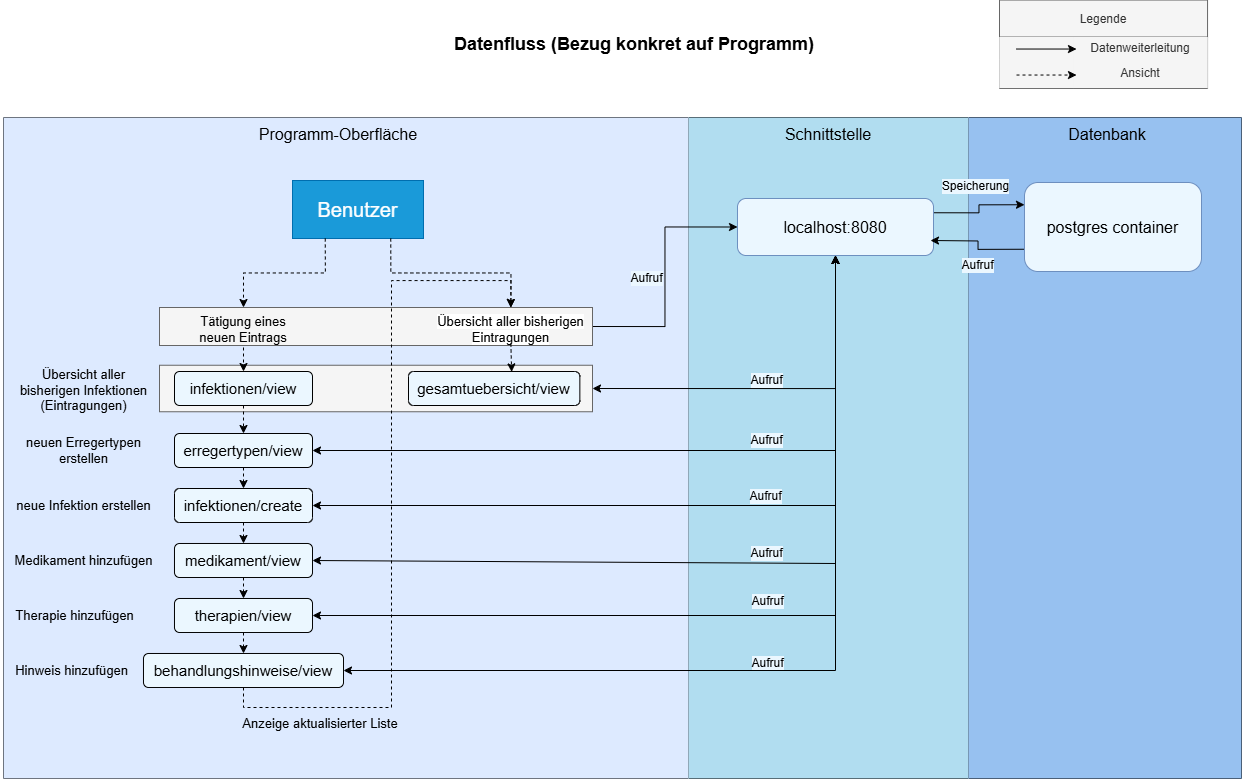
This is ABS-Manager/src/main/resources/diagrams/Datenfluss.drawio.png from igeldo/PA2_Hard, a draw.io export, as it was before one commit. Source tidied: cells renumbered, new cells last; positions are measured from the earlier drawing's top-left corner, leaving out a move shared by most shapes.
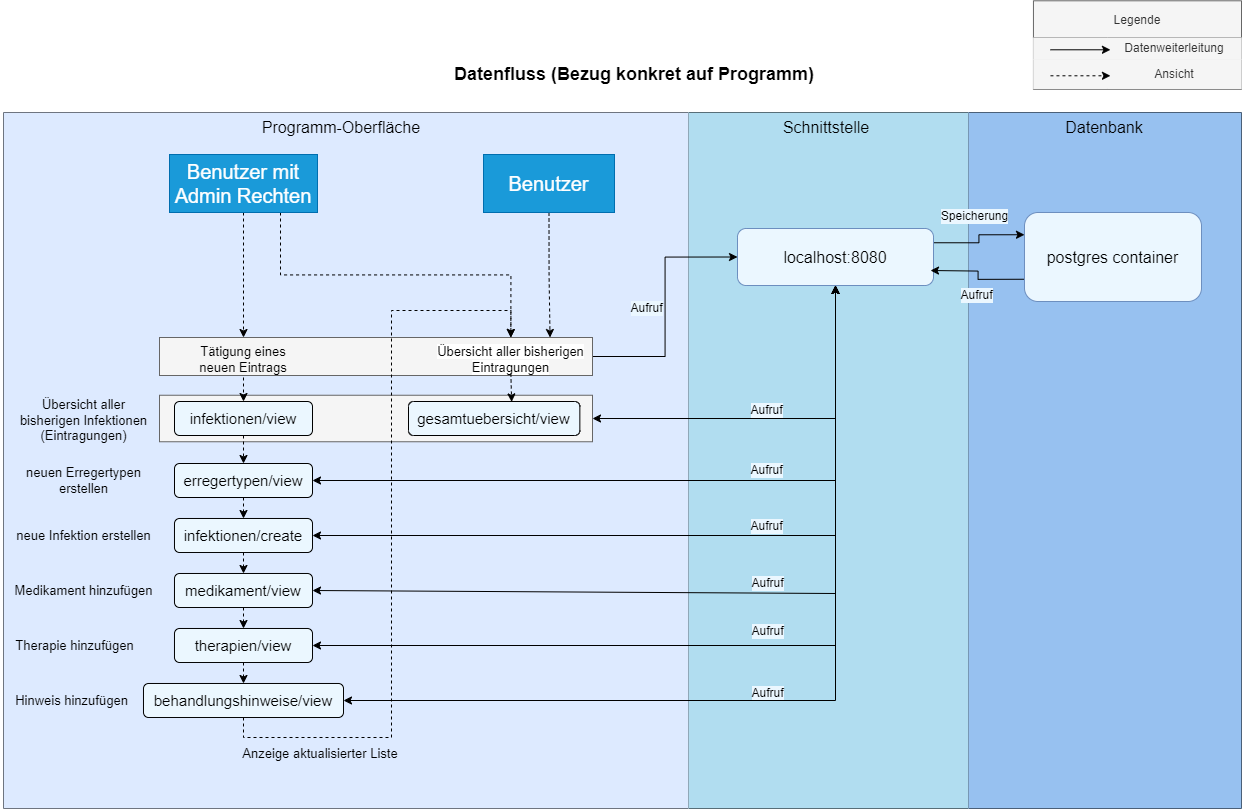
Above is the later version.

Commit message:
Datenfluss Diagramm um Admin Benutzer erweitert

The edit, as a diff of the source:
```diff
@@ -9,28 +9,34 @@
       <mxGeometry x="181" y="293" width="120" height="60" as="geometry" />
     </mxCell>
     <mxCell id="4" style="shape=table;startSize=0;fontSize=16;" parent="1" vertex="1">
-      <mxGeometry x="3" y="117" width="1238" height="661" as="geometry" />
+      <mxGeometry x="3" y="82" width="1238" height="696" as="geometry" />
     </mxCell>
     <mxCell id="5" style="shape=tableRow;horizontal=0;startSize=0;swimlaneHead=0;swimlaneBody=0;strokeColor=inherit;top=0;left=0;bottom=0;right=0;fillColor=none;fontSize=16;" parent="4" vertex="1">
-      <mxGeometry width="1238" height="661" as="geometry" />
+      <mxGeometry width="1238" height="696" as="geometry" />
     </mxCell>
     <mxCell id="6" style="shape=partialRectangle;html=1;whiteSpace=wrap;strokeColor=#10739E;overflow=hidden;fillColor=#DDEAFF;top=0;left=0;bottom=0;right=0;fontSize=16;" parent="5" vertex="1">
-      <mxGeometry width="685" height="661" as="geometry" />
+      <mxGeometry width="685" height="696" as="geometry" />
     </mxCell>
     <mxCell id="7" style="shape=partialRectangle;html=1;whiteSpace=wrap;strokeColor=#000000;overflow=hidden;fillColor=#b1ddf0;top=0;left=0;bottom=0;right=0;fontSize=16;" parent="5" vertex="1">
-      <mxGeometry x="685" width="280" height="661" as="geometry" />
+      <mxGeometry x="685" width="280" height="696" as="geometry" />
     </mxCell>
     <mxCell id="8" style="shape=partialRectangle;html=1;whiteSpace=wrap;strokeColor=#000000;overflow=hidden;fillColor=#97C1F0;top=0;left=0;bottom=0;right=0;fontSize=16;" parent="5" vertex="1">
-      <mxGeometry x="965" width="273" height="661" as="geometry" />
+      <mxGeometry x="965" width="273" height="696" as="geometry" />
     </mxCell>
     <mxCell id="9" value="&lt;font style=&quot;font-size: 16px;&quot;&gt;Datenbank&lt;/font&gt;" style="text;html=1;align=center;verticalAlign=middle;whiteSpace=wrap;rounded=0;" parent="1" vertex="1">
-      <mxGeometry x="1076.5" y="119" width="60" height="30" as="geometry" />
+      <mxGeometry x="1074" y="82" width="60" height="30" as="geometry" />
     </mxCell>
     <mxCell id="10" value="&lt;font style=&quot;font-size: 16px;&quot;&gt;Schnittstelle&lt;/font&gt;" style="text;html=1;align=center;verticalAlign=middle;whiteSpace=wrap;rounded=0;" parent="1" vertex="1">
-      <mxGeometry x="798" y="119" width="60" height="30" as="geometry" />
+      <mxGeometry x="796" y="82" width="60" height="30" as="geometry" />
     </mxCell>
+    <mxCell id="14" style="edgeStyle=orthogonalEdgeStyle;rounded=0;jettySize=auto;html=1;exitX=0.5;exitY=1;exitDx=0;exitDy=0;entryX=0.5;entryY=0;entryDx=0;entryDy=0;dashed=1;" parent="1" edge="1" source="11" target="27">
+      <mxGeometry relative="1" as="geometry" />
+    </mxCell>
+    <mxCell id="15" style="edgeStyle=orthogonalEdgeStyle;rounded=0;jettySize=auto;html=1;exitX=0.75;exitY=1;exitDx=0;exitDy=0;entryX=0.5;entryY=0;entryDx=0;entryDy=0;dashed=1;" parent="1" edge="1" source="11" target="26">
+      <mxGeometry relative="1" as="geometry" />
+    </mxCell>
-    <mxCell id="11" value="&lt;font style=&quot;font-size: 20px;&quot;&gt;Benutzer&lt;/font&gt;" style="text;html=1;align=center;verticalAlign=middle;whiteSpace=wrap;rounded=0;fillColor=#1A9AD9;strokeColor=#006EAF;fontColor=#ffffff;" parent="1" vertex="1">
-      <mxGeometry x="292" y="180" width="131" height="58" as="geometry" />
+    <mxCell id="11" value="&lt;font style=&quot;font-size: 20px;&quot;&gt;Benutzer mit Admin Rechten&lt;/font&gt;" style="text;html=1;align=center;verticalAlign=middle;whiteSpace=wrap;rounded=0;fillColor=#1A9AD9;strokeColor=#006EAF;fontColor=#ffffff;" parent="1" vertex="1">
+      <mxGeometry x="169" y="124" width="148" height="58" as="geometry" />
     </mxCell>
     <mxCell id="12" style="edgeStyle=orthogonalEdgeStyle;rounded=0;jettySize=auto;html=1;entryX=0;entryY=0.5;entryDx=0;entryDy=0;exitX=1;exitY=0.5;exitDx=0;exitDy=0;" parent="1" edge="1" source="25" target="20">
       <mxGeometry relative="1" as="geometry" />
@@ -40,12 +46,6 @@
         <mxPoint x="-16" y="-7" as="offset" />
       </mxGeometry>
     </mxCell>
-    <mxCell id="14" style="edgeStyle=orthogonalEdgeStyle;rounded=0;jettySize=auto;html=1;exitX=0.25;exitY=1;exitDx=0;exitDy=0;entryX=0.5;entryY=0;entryDx=0;entryDy=0;dashed=1;" parent="1" edge="1" source="11" target="27">
-      <mxGeometry relative="1" as="geometry" />
-    </mxCell>
-    <mxCell id="15" style="edgeStyle=orthogonalEdgeStyle;rounded=0;jettySize=auto;html=1;exitX=0.75;exitY=1;exitDx=0;exitDy=0;entryX=0.5;entryY=0;entryDx=0;entryDy=0;dashed=1;" parent="1" edge="1" source="11" target="26">
-      <mxGeometry relative="1" as="geometry" />
-    </mxCell>
     <mxCell id="16" style="edgeStyle=orthogonalEdgeStyle;rounded=0;jettySize=auto;html=1;exitX=0.5;exitY=1;exitDx=0;exitDy=0;entryX=1;entryY=0.5;entryDx=0;entryDy=0;startArrow=classic;startFill=1;" parent="1" edge="1" source="20" target="28">
       <mxGeometry relative="1" as="geometry" />
     </mxCell>
@@ -221,13 +221,13 @@
       <mxGeometry x="239" y="708" width="162" height="30" as="geometry" />
     </mxCell>
     <mxCell id="59" value="&lt;font style=&quot;font-size: 16px;&quot;&gt;Programm-Oberfläche&lt;/font&gt;" style="text;html=1;align=center;verticalAlign=middle;whiteSpace=wrap;rounded=0;" parent="1" vertex="1">
-      <mxGeometry x="247" y="119" width="182" height="30" as="geometry" />
+      <mxGeometry x="250" y="82" width="182" height="30" as="geometry" />
     </mxCell>
     <mxCell id="60" style="edgeStyle=orthogonalEdgeStyle;rounded=0;jettySize=auto;html=1;exitX=0.5;exitY=1;exitDx=0;exitDy=0;entryX=0.602;entryY=0.012;entryDx=0;entryDy=0;entryPerimeter=0;dashed=1;" parent="1" edge="1" source="26" target="30">
       <mxGeometry relative="1" as="geometry" />
     </mxCell>
     <mxCell id="61" value="Legende" style="shape=table;startSize=37;fillColor=#f5f5f5;fontColor=#333333;strokeColor=#666666;" parent="1" vertex="1">
-      <mxGeometry x="999" y="-0.5" width="208.1" height="88.5" as="geometry" />
+      <mxGeometry x="1033" y="-29.7" width="208.1" height="88.5" as="geometry" />
     </mxCell>
     <mxCell id="62" style="shape=tableRow;horizontal=0;startSize=0;swimlaneHead=0;swimlaneBody=0;strokeColor=#666666;top=0;left=0;bottom=0;right=0;fillColor=#f5f5f5;fontColor=#333333;" parent="61" vertex="1">
       <mxGeometry y="37" width="208.1" height="22" as="geometry" />
@@ -249,15 +249,21 @@
     </mxCell>
     <mxCell id="68" style="endArrow=classic;html=1;rounded=0;" parent="1" edge="1">
       <mxGeometry relative="1" as="geometry">
-        <mxPoint x="1016" y="48.5" as="sourcePoint" />
-        <mxPoint x="1076" y="48.5" as="targetPoint" />
+        <mxPoint x="1050" y="19.3" as="sourcePoint" />
+        <mxPoint x="1110" y="19.3" as="targetPoint" />
       </mxGeometry>
     </mxCell>
     <mxCell id="69" style="endArrow=classic;html=1;rounded=0;dashed=1;" parent="1" edge="1">
       <mxGeometry relative="1" as="geometry">
-        <mxPoint x="1016" y="74.5" as="sourcePoint" />
-        <mxPoint x="1076" y="74.5" as="targetPoint" />
+        <mxPoint x="1050" y="45.3" as="sourcePoint" />
+        <mxPoint x="1110" y="45.3" as="targetPoint" />
       </mxGeometry>
     </mxCell>
+    <mxCell id="70" style="edgeStyle=orthogonalEdgeStyle;rounded=0;jettySize=auto;html=1;exitX=0.5;exitY=1;exitDx=0;exitDy=0;entryX=0.75;entryY=0;entryDx=0;entryDy=0;dashed=1;" parent="1" edge="1" source="71" target="26">
+      <mxGeometry relative="1" as="geometry" />
+    </mxCell>
+    <mxCell id="71" value="&lt;font style=&quot;font-size: 20px;&quot;&gt;Benutzer&lt;/font&gt;" style="text;html=1;align=center;verticalAlign=middle;whiteSpace=wrap;rounded=0;fillColor=#1A9AD9;strokeColor=#006EAF;fontColor=#ffffff;" parent="1" vertex="1">
+      <mxGeometry x="483" y="124" width="131" height="58" as="geometry" />
+    </mxCell>
   </root>
 </mxGraphModel>
```
